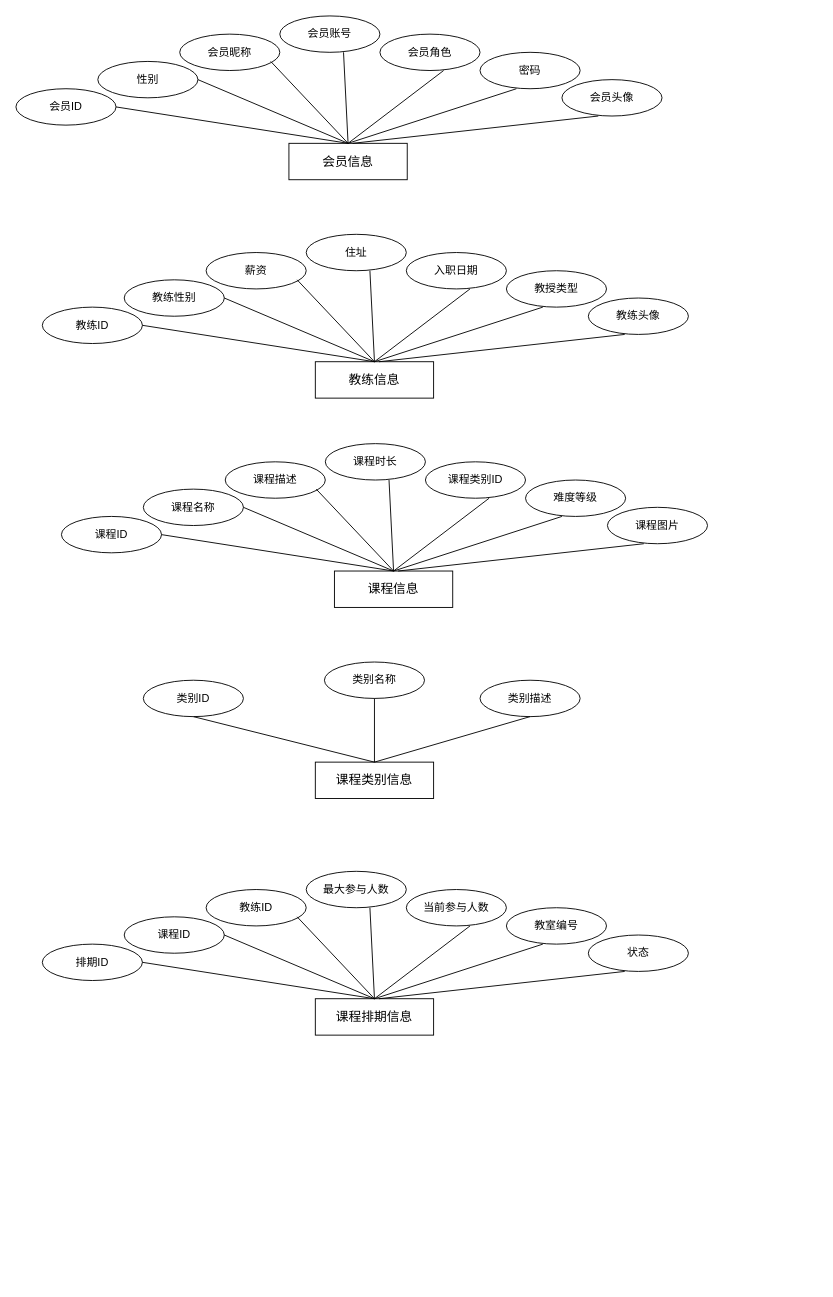
The draw.io diagram page "第 1 页" (1 of 2) of 毕业论文.drawio in xljya/image, before the edit. Source tidied: cells renumbered, new cells numbered last; positions are measured from the earlier drawing's top-left corner, leaving out a move shared by most shapes. Both pictures are drawn from the tidied source at 91%, with x=0, y=0 at pixel (15, 15).
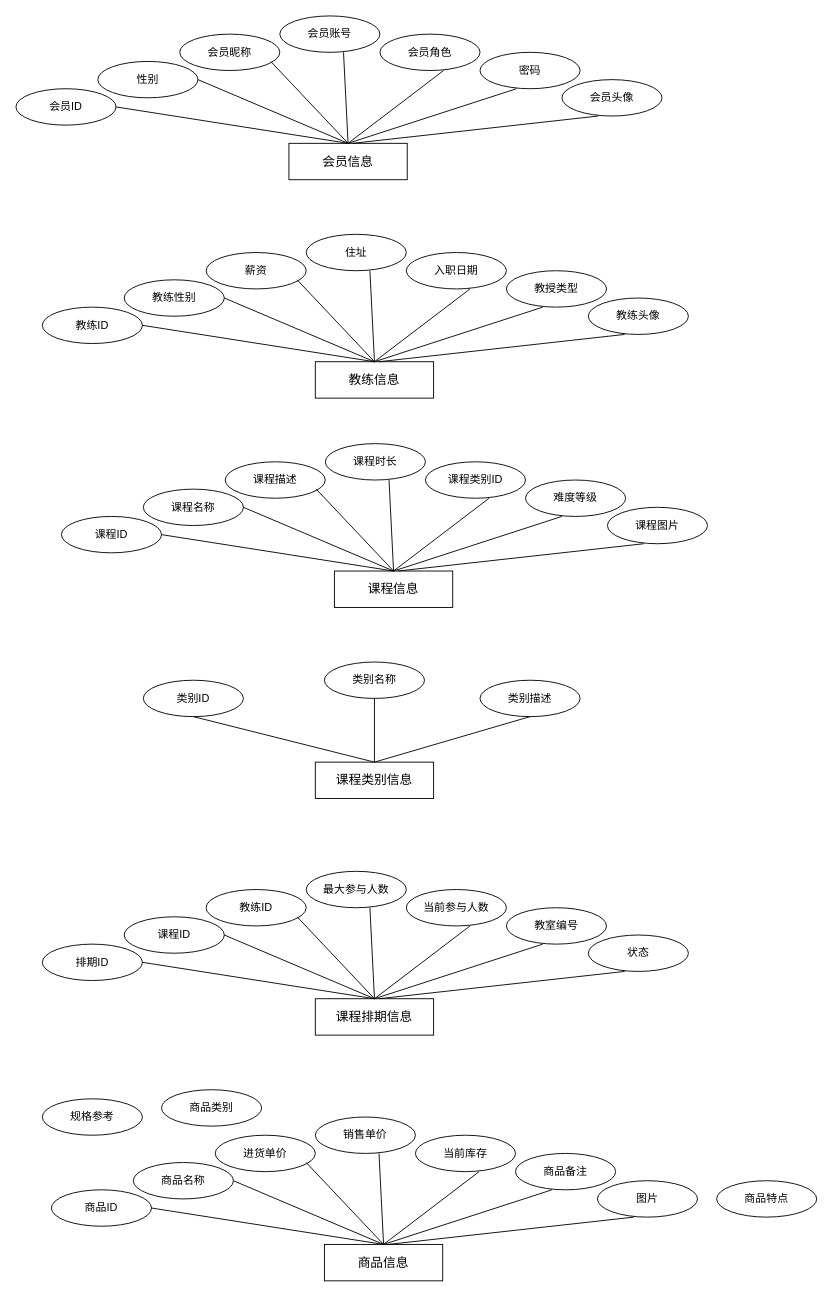
The same page after the edit.

Commit message:
更新毕业论文.drawio

What changed in the source:
```diff
@@
+    <mxCell id="69" value="&lt;font style=&quot;font-size: 14px;&quot;&gt;商品信息&lt;/font&gt;" style="rounded=0;whiteSpace=wrap;html=1;" parent="1" vertex="1">
+      <mxGeometry x="339" y="1350" width="130" height="40" as="geometry" />
+    </mxCell>
+    <mxCell id="70" value="进货单价" style="ellipse;whiteSpace=wrap;html=1;" parent="1" vertex="1">
+      <mxGeometry x="219" y="1230" width="110" height="40" as="geometry" />
+    </mxCell>
+    <mxCell id="71" value="销售单价" style="ellipse;whiteSpace=wrap;html=1;" parent="1" vertex="1">
+      <mxGeometry x="329" y="1210" width="110" height="40" as="geometry" />
+    </mxCell>
+    <mxCell id="72" value="图片" style="ellipse;whiteSpace=wrap;html=1;" parent="1" vertex="1">
+      <mxGeometry x="639" y="1280" width="110" height="40" as="geometry" />
+    </mxCell>
+    <mxCell id="73" value="商品名称" style="ellipse;whiteSpace=wrap;html=1;" parent="1" vertex="1">
+      <mxGeometry x="129" y="1260" width="110" height="40" as="geometry" />
+    </mxCell>
+    <mxCell id="74" value="当前库存" style="ellipse;whiteSpace=wrap;html=1;" parent="1" vertex="1">
+      <mxGeometry x="439" y="1230" width="110" height="40" as="geometry" />
+    </mxCell>
+    <mxCell id="75" value="商品备注" style="ellipse;whiteSpace=wrap;html=1;" parent="1" vertex="1">
+      <mxGeometry x="549" y="1250" width="110" height="40" as="geometry" />
+    </mxCell>
+    <mxCell id="76" value="商品ID" style="ellipse;whiteSpace=wrap;html=1;" parent="1" vertex="1">
+      <mxGeometry x="39" y="1290" width="110" height="40" as="geometry" />
+    </mxCell>
+    <mxCell id="77" style="endArrow=none;html=1;rounded=0;exitX=0.5;exitY=0;exitDx=0;exitDy=0;" parent="1" edge="1" source="69">
+      <mxGeometry relative="1" as="geometry">
+        <mxPoint x="149" y="1310" as="targetPoint" />
+      </mxGeometry>
+    </mxCell>
+    <mxCell id="78" style="endArrow=none;html=1;rounded=0;exitX=0.5;exitY=0;exitDx=0;exitDy=0;" parent="1" edge="1" source="69">
+      <mxGeometry relative="1" as="geometry">
+        <mxPoint x="239" y="1280" as="targetPoint" />
+      </mxGeometry>
+    </mxCell>
+    <mxCell id="79" style="endArrow=none;html=1;rounded=0;exitX=0.5;exitY=0;exitDx=0;exitDy=0;" parent="1" edge="1" source="69">
+      <mxGeometry relative="1" as="geometry">
+        <mxPoint x="319" y="1260" as="targetPoint" />
+      </mxGeometry>
+    </mxCell>
+    <mxCell id="80" style="endArrow=none;html=1;rounded=0;exitX=0.5;exitY=0;exitDx=0;exitDy=0;" parent="1" edge="1" source="69">
+      <mxGeometry relative="1" as="geometry">
+        <mxPoint x="399" y="1250" as="targetPoint" />
+      </mxGeometry>
+    </mxCell>
+    <mxCell id="81" style="endArrow=none;html=1;rounded=0;exitX=0.5;exitY=0;exitDx=0;exitDy=0;" parent="1" edge="1" source="69">
+      <mxGeometry relative="1" as="geometry">
+        <mxPoint x="509" y="1270" as="targetPoint" />
+      </mxGeometry>
+    </mxCell>
+    <mxCell id="82" style="endArrow=none;html=1;rounded=0;exitX=0.5;exitY=0;exitDx=0;exitDy=0;" parent="1" edge="1" source="69">
+      <mxGeometry relative="1" as="geometry">
+        <mxPoint x="589" y="1290" as="targetPoint" />
+      </mxGeometry>
+    </mxCell>
+    <mxCell id="83" style="endArrow=none;html=1;rounded=0;" parent="1" edge="1">
+      <mxGeometry relative="1" as="geometry">
+        <mxPoint x="409" y="1350" as="sourcePoint" />
+        <mxPoint x="679" y="1320" as="targetPoint" />
+      </mxGeometry>
+    </mxCell>
+    <mxCell id="84" value="商品特点" style="ellipse;whiteSpace=wrap;html=1;" parent="1" vertex="1">
+      <mxGeometry x="770" y="1280" width="110" height="40" as="geometry" />
+    </mxCell>
+    <mxCell id="85" value="规格参考" style="ellipse;whiteSpace=wrap;html=1;" parent="1" vertex="1">
+      <mxGeometry x="29" y="1190" width="110" height="40" as="geometry" />
+    </mxCell>
+    <mxCell id="86" value="商品类别" style="ellipse;whiteSpace=wrap;html=1;" parent="1" vertex="1">
+      <mxGeometry x="160" y="1180" width="110" height="40" as="geometry" />
+    </mxCell>
```
